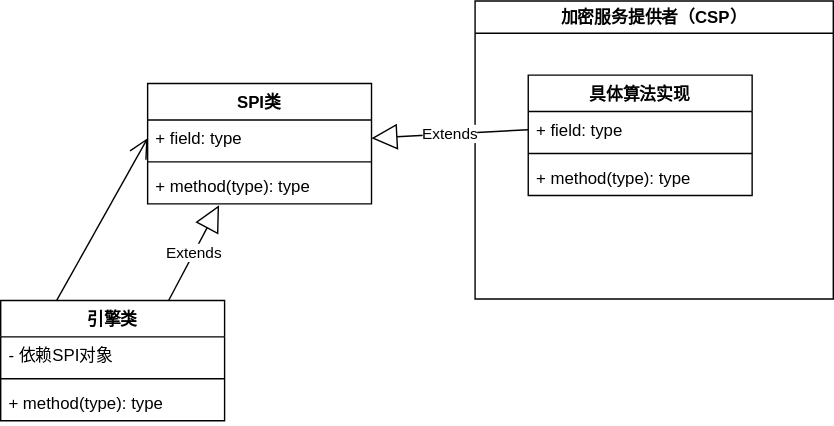
Earlier version of the draw.io export diagrams/jca/Java-Cryptography.svg (luguosong/images). Source tidied: cells renumbered, new cells last; positions are measured from the earlier drawing's top-left corner, leaving out a move shared by most shapes.
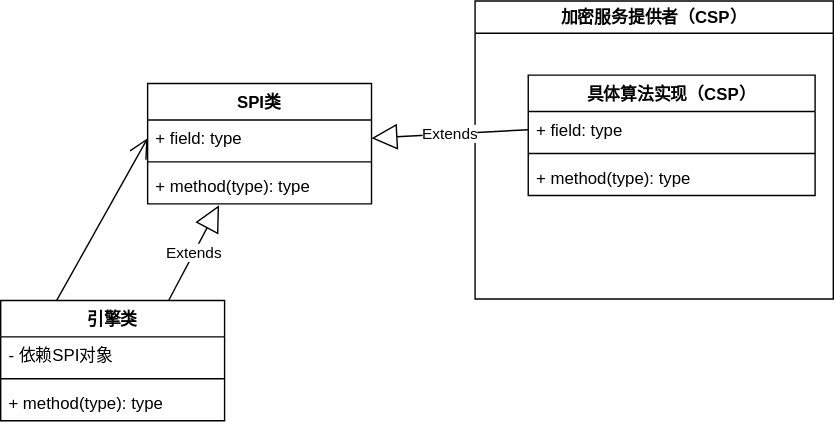
Above is the later version.

What changed in the source:
```diff
@@ -32,17 +32,17 @@
     <mxCell id="11" value="加密服务提供者（CSP）" style="swimlane;whiteSpace=wrap;html=1;" parent="1" vertex="1">
       <mxGeometry x="339" width="256" height="213" as="geometry" />
     </mxCell>
-    <mxCell id="12" value="具体算法实现" style="swimlane;fontStyle=1;align=center;verticalAlign=top;horizontal=1;startSize=26;whiteSpace=wrap;html=1;" parent="11" vertex="1">
-      <mxGeometry x="38" y="53" width="160" height="86" as="geometry" />
+    <mxCell id="12" value="具体算法实现（CSP）" style="swimlane;fontStyle=1;align=center;verticalAlign=top;horizontal=1;startSize=26;whiteSpace=wrap;html=1;" parent="11" vertex="1">
+      <mxGeometry x="38" y="53" width="205" height="86" as="geometry" />
     </mxCell>
     <mxCell id="13" value="+ field: type" style="text;strokeColor=none;fillColor=none;align=left;verticalAlign=top;spacingLeft=4;spacingRight=4;overflow=hidden;points=[[0,0.5],[1,0.5]];portConstraint=eastwest;whiteSpace=wrap;html=1;" parent="12" vertex="1">
-      <mxGeometry y="26" width="160" height="26" as="geometry" />
+      <mxGeometry y="26" width="205" height="26" as="geometry" />
     </mxCell>
     <mxCell id="14" style="line;strokeWidth=1;fillColor=none;align=left;verticalAlign=middle;spacingTop=-1;spacingLeft=3;spacingRight=3;labelPosition=right;strokeColor=inherit;" parent="12" vertex="1">
-      <mxGeometry y="52" width="160" height="8" as="geometry" />
+      <mxGeometry y="52" width="205" height="8" as="geometry" />
     </mxCell>
     <mxCell id="15" value="+ method(type): type" style="text;strokeColor=none;fillColor=none;align=left;verticalAlign=top;spacingLeft=4;spacingRight=4;overflow=hidden;whiteSpace=wrap;html=1;" parent="12" vertex="1">
-      <mxGeometry y="60" width="160" height="26" as="geometry" />
+      <mxGeometry y="60" width="205" height="26" as="geometry" />
     </mxCell>
     <mxCell id="16" style="endArrow=open;endFill=1;endSize=12;html=1;rounded=0;exitX=0.25;exitY=0;exitDx=0;exitDy=0;entryX=0;entryY=0.5;entryDx=0;entryDy=0;" parent="1" edge="1" source="2" target="7">
       <mxGeometry relative="1" as="geometry" />
```
